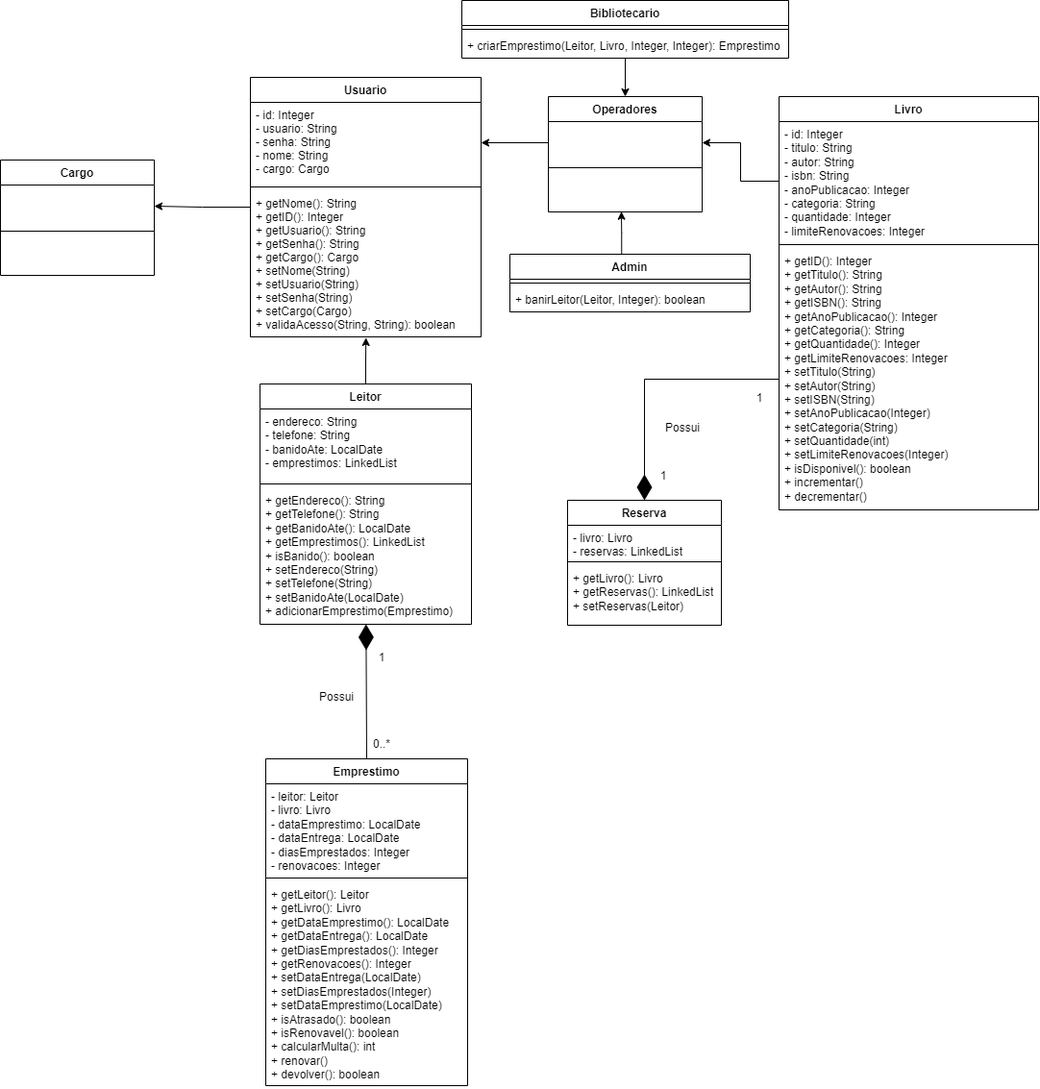
micaelmz/library-management-system keeps this draw.io diagram as doc/DiagramaClasses.png. Above is the earlier version. Source tidied: cells renumbered, new cells last; positions are measured from the earlier drawing's top-left corner, leaving out a move shared by most shapes.
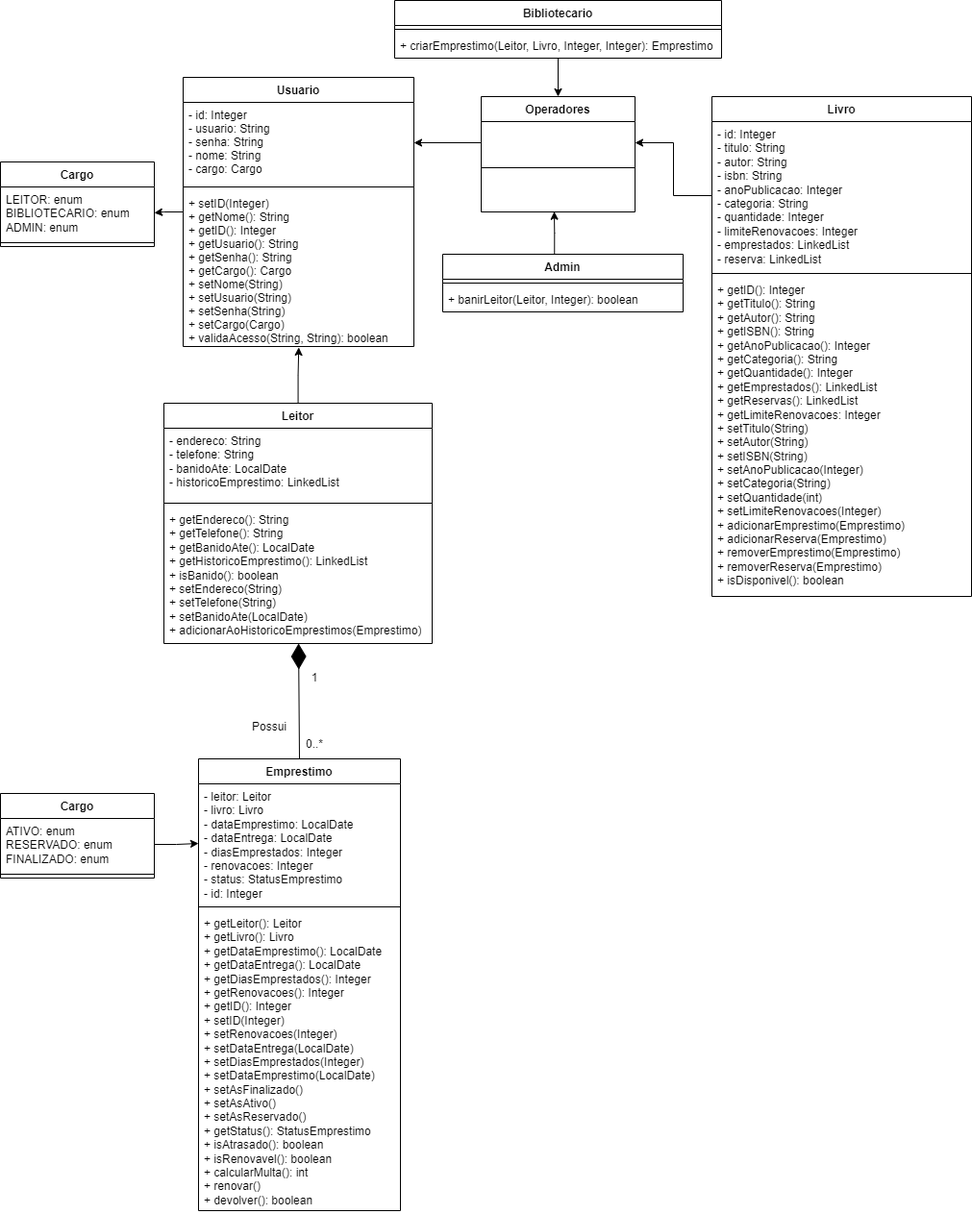
After the change.

Commit message:
📚docs: Atualização no Diagrama de Classes

Change to the diagram source:
```diff
@@ -6,7 +6,7 @@
       <mxGeometry relative="1" as="geometry" />
     </mxCell>
     <mxCell id="3" value="Usuario" style="swimlane;fontStyle=1;align=center;verticalAlign=top;horizontal=1;startSize=26;rounded=0;shadow=0;strokeWidth=1;labelBackgroundColor=none;" parent="1" vertex="1">
-      <mxGeometry x="260" y="80" width="240" height="270" as="geometry" />
+      <mxGeometry x="260" y="80" width="240" height="280" as="geometry" />
     </mxCell>
     <mxCell id="4" value="- id: Integer&#10;- usuario: String&#10;- senha: String&#10;- nome: String&#10;- cargo: Cargo" style="text;align=left;verticalAlign=top;spacingLeft=4;spacingRight=4;overflow=hidden;points=[[0,0.5],[1,0.5]];portConstraint=eastwest;labelBackgroundColor=none;" parent="3" vertex="1">
       <mxGeometry y="26" width="240" height="84" as="geometry" />
@@ -14,23 +14,23 @@
     <mxCell id="5" style="line;html=1;strokeWidth=1;align=left;verticalAlign=middle;spacingTop=-1;spacingLeft=3;spacingRight=3;labelPosition=right;labelBackgroundColor=none;" parent="3" vertex="1">
       <mxGeometry y="110" width="240" height="8" as="geometry" />
     </mxCell>
-    <mxCell id="6" value="+ getNome(): String&#10;+ getID(): Integer&#10;+ getUsuario(): String&#10;+ getSenha(): String&#10;+ getCargo(): Cargo&#10;+ setNome(String)&#10;+ setUsuario(String)&#10;+ setSenha(String)&#10;+ setCargo(Cargo)&#10;+ validaAcesso(String, String): boolean" style="text;align=left;verticalAlign=top;spacingLeft=4;spacingRight=4;overflow=hidden;points=[[0,0.5],[1,0.5]];portConstraint=eastwest;labelBackgroundColor=none;" parent="3" vertex="1">
-      <mxGeometry y="118" width="240" height="152" as="geometry" />
+    <mxCell id="6" value="+ setID(Integer)&#10;+ getNome(): String&#10;+ getID(): Integer&#10;+ getUsuario(): String&#10;+ getSenha(): String&#10;+ getCargo(): Cargo&#10;+ setNome(String)&#10;+ setUsuario(String)&#10;+ setSenha(String)&#10;+ setCargo(Cargo)&#10;+ validaAcesso(String, String): boolean" style="text;align=left;verticalAlign=top;spacingLeft=4;spacingRight=4;overflow=hidden;points=[[0,0.5],[1,0.5]];portConstraint=eastwest;labelBackgroundColor=none;" parent="3" vertex="1">
+      <mxGeometry y="118" width="240" height="162" as="geometry" />
     </mxCell>
     <mxCell id="7" style="edgeStyle=orthogonalEdgeStyle;rounded=0;jettySize=auto;html=1;labelBackgroundColor=none;fontColor=default;entryX=0.501;entryY=1.006;entryDx=0;entryDy=0;entryPerimeter=0;" parent="1" edge="1" source="8" target="6">
       <mxGeometry relative="1" as="geometry" />
     </mxCell>
     <mxCell id="8" value="Leitor" style="swimlane;fontStyle=1;align=center;verticalAlign=top;horizontal=1;startSize=26;whiteSpace=wrap;html=1;labelBackgroundColor=none;" parent="1" vertex="1">
-      <mxGeometry x="270" y="399" width="220" height="250" as="geometry" />
+      <mxGeometry x="240" y="419" width="279" height="250" as="geometry" />
     </mxCell>
-    <mxCell id="9" value="- endereco: String&lt;br&gt;- telefone: String&lt;br&gt;- banidoAte: LocalDate&lt;br&gt;- emprestimos: LinkedList" style="text;strokeColor=none;fillColor=none;align=left;verticalAlign=top;spacingLeft=4;spacingRight=4;overflow=hidden;whiteSpace=wrap;html=1;labelBackgroundColor=none;" parent="8" vertex="1">
-      <mxGeometry y="26" width="220" height="74" as="geometry" />
+    <mxCell id="9" value="- endereco: String&lt;br&gt;- telefone: String&lt;br&gt;- banidoAte: LocalDate&lt;br&gt;- historicoEmprestimo: LinkedList" style="text;strokeColor=none;fillColor=none;align=left;verticalAlign=top;spacingLeft=4;spacingRight=4;overflow=hidden;whiteSpace=wrap;html=1;labelBackgroundColor=none;" parent="8" vertex="1">
+      <mxGeometry y="26" width="279" height="74" as="geometry" />
     </mxCell>
     <mxCell id="10" style="line;strokeWidth=1;fillColor=none;align=left;verticalAlign=middle;spacingTop=-1;spacingLeft=3;spacingRight=3;labelPosition=right;labelBackgroundColor=none;" parent="8" vertex="1">
-      <mxGeometry y="100" width="220" height="8" as="geometry" />
+      <mxGeometry y="100" width="279" height="8" as="geometry" />
     </mxCell>
-    <mxCell id="11" value="+ getEndereco(): String&lt;br style=&quot;border-color: var(--border-color);&quot;&gt;+ getTelefone(): String&lt;br style=&quot;border-color: var(--border-color);&quot;&gt;+ getBanidoAte(): LocalDate&lt;br&gt;+ getEmprestimos(): LinkedList&lt;br&gt;+ isBanido(): boolean&lt;br&gt;+ setEndereco(String)&lt;br&gt;+ setTelefone(String)&lt;br&gt;+ setBanidoAte(LocalDate)&lt;br&gt;+ adicionarEmprestimo(Emprestimo)" style="text;strokeColor=none;fillColor=none;align=left;verticalAlign=top;spacingLeft=4;spacingRight=4;overflow=hidden;points=[[0,0.5],[1,0.5]];portConstraint=eastwest;whiteSpace=wrap;html=1;labelBackgroundColor=none;" parent="8" vertex="1">
-      <mxGeometry y="108" width="220" height="142" as="geometry" />
+    <mxCell id="11" value="+ getEndereco(): String&lt;br style=&quot;border-color: var(--border-color);&quot;&gt;+ getTelefone(): String&lt;br style=&quot;border-color: var(--border-color);&quot;&gt;+ getBanidoAte(): LocalDate&lt;br&gt;+ getHistoricoEmprestimo(): LinkedList&lt;br&gt;+ isBanido(): boolean&lt;br&gt;+ setEndereco(String)&lt;br&gt;+ setTelefone(String)&lt;br&gt;+ setBanidoAte(LocalDate)&lt;br&gt;+ adicionarAoHistoricoEmprestimos(Emprestimo)" style="text;strokeColor=none;fillColor=none;align=left;verticalAlign=top;spacingLeft=4;spacingRight=4;overflow=hidden;points=[[0,0.5],[1,0.5]];portConstraint=eastwest;whiteSpace=wrap;html=1;labelBackgroundColor=none;" parent="8" vertex="1">
+      <mxGeometry y="108" width="279" height="142" as="geometry" />
     </mxCell>
     <mxCell id="12" style="edgeStyle=orthogonalEdgeStyle;rounded=0;jettySize=auto;html=1;entryX=0.5;entryY=0;entryDx=0;entryDy=0;" parent="1" edge="1" source="13" target="34">
       <mxGeometry relative="1" as="geometry" />
@@ -57,50 +57,31 @@
       <mxGeometry y="34" width="250" height="26" as="geometry" />
     </mxCell>
     <mxCell id="20" value="Livro" style="swimlane;fontStyle=1;align=center;verticalAlign=top;horizontal=1;startSize=26;whiteSpace=wrap;html=1;labelBackgroundColor=none;" parent="1" vertex="1">
-      <mxGeometry x="810" y="100" width="270" height="430" as="geometry" />
+      <mxGeometry x="810" y="100" width="270" height="520" as="geometry" />
     </mxCell>
-    <mxCell id="21" value="- id: Integer&lt;br&gt;- titulo: String&lt;br&gt;- autor: String&lt;br&gt;- isbn: String&lt;br&gt;- anoPublicacao: Integer&lt;br&gt;- categoria: String&lt;br&gt;- quantidade: Integer&lt;br&gt;- limiteRenovacoes: Integer&lt;br&gt;" style="text;strokeColor=none;fillColor=none;align=left;verticalAlign=top;spacingLeft=4;spacingRight=4;overflow=hidden;points=[[0,0.5],[1,0.5]];portConstraint=eastwest;whiteSpace=wrap;html=1;labelBackgroundColor=none;" parent="20" vertex="1">
-      <mxGeometry y="26" width="270" height="124" as="geometry" />
+    <mxCell id="21" value="- id: Integer&lt;br&gt;- titulo: String&lt;br&gt;- autor: String&lt;br&gt;- isbn: String&lt;br&gt;- anoPublicacao: Integer&lt;br&gt;- categoria: String&lt;br&gt;- quantidade: Integer&lt;br&gt;- limiteRenovacoes: Integer&lt;br&gt;- emprestados: LinkedList&lt;br&gt;- reserva: LinkedList" style="text;strokeColor=none;fillColor=none;align=left;verticalAlign=top;spacingLeft=4;spacingRight=4;overflow=hidden;points=[[0,0.5],[1,0.5]];portConstraint=eastwest;whiteSpace=wrap;html=1;labelBackgroundColor=none;" parent="20" vertex="1">
+      <mxGeometry y="26" width="270" height="154" as="geometry" />
     </mxCell>
     <mxCell id="22" style="line;strokeWidth=1;fillColor=none;align=left;verticalAlign=middle;spacingTop=-1;spacingLeft=3;spacingRight=3;labelPosition=right;labelBackgroundColor=none;" parent="20" vertex="1">
-      <mxGeometry y="150" width="270" height="8" as="geometry" />
+      <mxGeometry y="180" width="270" height="8" as="geometry" />
     </mxCell>
-    <mxCell id="23" value="+ getID(): Integer&lt;br&gt;+ getTitulo(): String&lt;br&gt;+ getAutor(): String&lt;br&gt;+ getISBN(): String&lt;br&gt;+ getAnoPublicacao(): Integer&lt;br&gt;+ getCategoria(): String&lt;br&gt;+ getQuantidade(): Integer&lt;br&gt;+ getLimiteRenovacoes: Integer&lt;br&gt;+ setTitulo(String)&lt;br&gt;+ setAutor(String)&lt;br&gt;+ setISBN(String)&lt;br&gt;+ setAnoPublicacao(Integer)&lt;br&gt;+ setCategoria(String)&lt;br&gt;+ setQuantidade(int)&lt;br&gt;+ setLimiteRenovacoes(Integer)&lt;br&gt;+ isDisponivel(): boolean&lt;br&gt;+ incrementar()&lt;br&gt;+ decrementar()" style="text;strokeColor=none;fillColor=none;align=left;verticalAlign=top;spacingLeft=4;spacingRight=4;overflow=hidden;points=[[0,0.5],[1,0.5]];portConstraint=eastwest;whiteSpace=wrap;html=1;labelBackgroundColor=none;" parent="20" vertex="1">
-      <mxGeometry y="158" width="270" height="272" as="geometry" />
+    <mxCell id="23" value="+ getID(): Integer&lt;br&gt;+ getTitulo(): String&lt;br&gt;+ getAutor(): String&lt;br&gt;+ getISBN(): String&lt;br&gt;+ getAnoPublicacao(): Integer&lt;br&gt;+ getCategoria(): String&lt;br&gt;+ getQuantidade(): Integer&lt;br&gt;+ getEmprestados(): LinkedList&lt;br&gt;+ getReservas(): LinkedList&lt;br&gt;+ getLimiteRenovacoes: Integer&lt;br&gt;+ setTitulo(String)&lt;br&gt;+ setAutor(String)&lt;br&gt;+ setISBN(String)&lt;br&gt;+ setAnoPublicacao(Integer)&lt;br&gt;+ setCategoria(String)&lt;br&gt;+ setQuantidade(int)&lt;br&gt;+ setLimiteRenovacoes(Integer)&lt;br&gt;+ adicionarEmprestimo(Emprestimo)&lt;br&gt;+ adicionarReserva(Emprestimo)&lt;br&gt;+ removerEmprestimo(Emprestimo)&lt;br&gt;+ removerReserva(Emprestimo)&lt;br&gt;+ isDisponivel(): boolean" style="text;strokeColor=none;fillColor=none;align=left;verticalAlign=top;spacingLeft=4;spacingRight=4;overflow=hidden;points=[[0,0.5],[1,0.5]];portConstraint=eastwest;whiteSpace=wrap;html=1;labelBackgroundColor=none;" parent="20" vertex="1">
+      <mxGeometry y="188" width="270" height="332" as="geometry" />
     </mxCell>
     <mxCell id="24" style="endArrow=diamondThin;endFill=1;endSize=24;html=1;rounded=0;exitX=0.5;exitY=0;exitDx=0;exitDy=0;labelBackgroundColor=none;fontColor=default;" parent="1" edge="1" source="30" target="11">
       <mxGeometry relative="1" as="geometry" />
     </mxCell>
-    <mxCell id="25" value="Reserva" style="swimlane;fontStyle=1;align=center;verticalAlign=top;horizontal=1;startSize=26;whiteSpace=wrap;html=1;labelBackgroundColor=none;" parent="1" vertex="1">
-      <mxGeometry x="590" y="520" width="160" height="130" as="geometry" />
-    </mxCell>
-    <mxCell id="26" value="- livro: Livro&lt;br&gt;- reservas: LinkedList" style="text;strokeColor=none;fillColor=none;align=left;verticalAlign=top;spacingLeft=4;spacingRight=4;overflow=hidden;whiteSpace=wrap;html=1;labelBackgroundColor=none;" parent="25" vertex="1">
-      <mxGeometry y="26" width="160" height="34" as="geometry" />
-    </mxCell>
-    <mxCell id="27" style="line;strokeWidth=1;fillColor=none;align=left;verticalAlign=middle;spacingTop=-1;spacingLeft=3;spacingRight=3;labelPosition=right;labelBackgroundColor=none;" parent="25" vertex="1">
-      <mxGeometry y="60" width="160" height="8" as="geometry" />
-    </mxCell>
-    <mxCell id="28" value="+ getLivro(): Livro&lt;br&gt;+ getReservas(): LinkedList&lt;br&gt;+ setReservas(Leitor)" style="text;strokeColor=none;fillColor=none;align=left;verticalAlign=top;spacingLeft=4;spacingRight=4;overflow=hidden;whiteSpace=wrap;html=1;labelBackgroundColor=none;" parent="25" vertex="1">
-      <mxGeometry y="68" width="160" height="62" as="geometry" />
-    </mxCell>
-    <mxCell id="29" style="endArrow=diamondThin;endFill=1;endSize=24;html=1;rounded=0;entryX=0.5;entryY=0;entryDx=0;entryDy=0;labelBackgroundColor=none;fontColor=default;exitX=0;exitY=0.5;exitDx=0;exitDy=0;" parent="1" edge="1" source="23" target="25">
-      <mxGeometry relative="1" as="geometry">
-        <Array as="points">
-          <mxPoint x="670" y="394" />
-        </Array>
-      </mxGeometry>
-    </mxCell>
     <mxCell id="30" value="Emprestimo" style="swimlane;fontStyle=1;align=center;verticalAlign=top;horizontal=1;startSize=26;whiteSpace=wrap;html=1;labelBackgroundColor=none;" parent="1" vertex="1">
-      <mxGeometry x="276" y="789" width="210" height="340" as="geometry" />
+      <mxGeometry x="276" y="789" width="210" height="470" as="geometry" />
     </mxCell>
-    <mxCell id="31" value="- leitor: Leitor&lt;br&gt;- livro: Livro&lt;br&gt;- dataEmprestimo: LocalDate&lt;br&gt;- dataEntrega: LocalDate&lt;br&gt;- diasEmprestados: Integer&lt;br&gt;- renovacoes: Integer&lt;br&gt;" style="text;strokeColor=none;fillColor=none;align=left;verticalAlign=top;spacingLeft=4;spacingRight=4;overflow=hidden;points=[[0,0.5],[1,0.5]];portConstraint=eastwest;whiteSpace=wrap;html=1;labelBackgroundColor=none;" parent="30" vertex="1">
-      <mxGeometry y="26" width="210" height="94" as="geometry" />
+    <mxCell id="31" value="- leitor: Leitor&lt;br&gt;- livro: Livro&lt;br&gt;- dataEmprestimo: LocalDate&lt;br&gt;- dataEntrega: LocalDate&lt;br&gt;- diasEmprestados: Integer&lt;br&gt;- renovacoes: Integer&lt;br&gt;- status: StatusEmprestimo&lt;br&gt;- id: Integer" style="text;strokeColor=none;fillColor=none;align=left;verticalAlign=top;spacingLeft=4;spacingRight=4;overflow=hidden;points=[[0,0.5],[1,0.5]];portConstraint=eastwest;whiteSpace=wrap;html=1;labelBackgroundColor=none;" parent="30" vertex="1">
+      <mxGeometry y="26" width="210" height="124" as="geometry" />
     </mxCell>
     <mxCell id="32" style="line;strokeWidth=1;fillColor=none;align=left;verticalAlign=middle;spacingTop=-1;spacingLeft=3;spacingRight=3;labelPosition=right;labelBackgroundColor=none;" parent="30" vertex="1">
-      <mxGeometry y="120" width="210" height="8" as="geometry" />
+      <mxGeometry y="150" width="210" height="8" as="geometry" />
     </mxCell>
-    <mxCell id="33" value="+ getLeitor(): Leitor&lt;br&gt;+ getLivro(): Livro&lt;br&gt;+ getDataEmprestimo(): LocalDate&lt;br&gt;+ getDataEntrega(): LocalDate&lt;br&gt;+ getDiasEmprestados(): Integer&lt;br style=&quot;border-color: var(--border-color);&quot;&gt;+ getRenovacoes(): Integer&lt;br&gt;+ setDataEntrega(LocalDate)&lt;br&gt;+ setDiasEmprestados(Integer)&lt;br&gt;+ setDataEmprestimo(LocalDate)&lt;br&gt;+ isAtrasado(): boolean&lt;br&gt;+ isRenovavel(): boolean&lt;br&gt;+ calcularMulta(): int&lt;br&gt;+ renovar()&lt;br&gt;+ devolver(): boolean" style="text;strokeColor=none;fillColor=none;align=left;verticalAlign=top;spacingLeft=4;spacingRight=4;overflow=hidden;whiteSpace=wrap;html=1;labelBackgroundColor=none;" parent="30" vertex="1">
-      <mxGeometry y="128" width="210" height="212" as="geometry" />
+    <mxCell id="33" value="+ getLeitor(): Leitor&lt;br&gt;+ getLivro(): Livro&lt;br&gt;+ getDataEmprestimo(): LocalDate&lt;br&gt;+ getDataEntrega(): LocalDate&lt;br&gt;+ getDiasEmprestados(): Integer&lt;br style=&quot;border-color: var(--border-color);&quot;&gt;+ getRenovacoes(): Integer&lt;br&gt;+ getID(): Integer&lt;br&gt;+ setID(Integer)&lt;br&gt;+ setRenovacoes(Integer)&lt;br&gt;+ setDataEntrega(LocalDate)&lt;br&gt;+ setDiasEmprestados(Integer)&lt;br&gt;+ setDataEmprestimo(LocalDate)&lt;br&gt;+ setAsFinalizado()&lt;br&gt;+ setAsAtivo()&lt;br&gt;+ setAsReservado()&lt;br&gt;+ getStatus(): StatusEmprestimo&lt;br&gt;+ isAtrasado(): boolean&lt;br&gt;+ isRenovavel(): boolean&lt;br&gt;+ calcularMulta(): int&lt;br&gt;+ renovar()&lt;br&gt;+ devolver(): boolean" style="text;strokeColor=none;fillColor=none;align=left;verticalAlign=top;spacingLeft=4;spacingRight=4;overflow=hidden;whiteSpace=wrap;html=1;labelBackgroundColor=none;" parent="30" vertex="1">
+      <mxGeometry y="158" width="210" height="312" as="geometry" />
     </mxCell>
     <mxCell id="34" value="Operadores" style="swimlane;fontStyle=1;align=center;verticalAlign=top;horizontal=1;startSize=26;whiteSpace=wrap;html=1;labelBackgroundColor=none;" parent="1" vertex="1">
       <mxGeometry x="570" y="100" width="160" height="120" as="geometry" />
@@ -121,34 +102,34 @@
       <mxGeometry x="367" y="759" width="60" height="30" as="geometry" />
     </mxCell>
     <mxCell id="40" value="1" style="text;html=1;strokeColor=none;fillColor=none;align=center;verticalAlign=middle;whiteSpace=wrap;rounded=0;" parent="1" vertex="1">
-      <mxGeometry x="367" y="669" width="60" height="30" as="geometry" />
+      <mxGeometry x="367" y="690" width="60" height="30" as="geometry" />
     </mxCell>
     <mxCell id="41" value="Possui" style="text;html=1;strokeColor=none;fillColor=none;align=center;verticalAlign=middle;whiteSpace=wrap;rounded=0;" parent="1" vertex="1">
-      <mxGeometry x="320" y="710" width="60" height="30" as="geometry" />
+      <mxGeometry x="320" y="741" width="60" height="30" as="geometry" />
     </mxCell>
-    <mxCell id="42" value="1" style="text;html=1;strokeColor=none;fillColor=none;align=center;verticalAlign=middle;whiteSpace=wrap;rounded=0;" parent="1" vertex="1">
-      <mxGeometry x="660" y="480" width="60" height="30" as="geometry" />
-    </mxCell>
-    <mxCell id="43" value="Possui" style="text;html=1;strokeColor=none;fillColor=none;align=center;verticalAlign=middle;whiteSpace=wrap;rounded=0;" parent="1" vertex="1">
-      <mxGeometry x="680" y="430" width="60" height="30" as="geometry" />
-    </mxCell>
-    <mxCell id="44" value="1" style="text;html=1;strokeColor=none;fillColor=none;align=center;verticalAlign=middle;whiteSpace=wrap;rounded=0;" parent="1" vertex="1">
-      <mxGeometry x="760" y="399" width="60" height="30" as="geometry" />
-    </mxCell>
     <mxCell id="45" value="Cargo" style="swimlane;fontStyle=1;align=center;verticalAlign=top;horizontal=1;startSize=26;whiteSpace=wrap;html=1;labelBackgroundColor=none;" parent="1" vertex="1">
-      <mxGeometry y="166" width="160" height="120" as="geometry" />
+      <mxGeometry x="70" y="168" width="160" height="88" as="geometry" />
     </mxCell>
-    <mxCell id="46" value="&lt;br&gt;" style="text;strokeColor=none;fillColor=none;align=left;verticalAlign=top;spacingLeft=4;spacingRight=4;overflow=hidden;points=[[0,0.5],[1,0.5]];portConstraint=eastwest;whiteSpace=wrap;html=1;labelBackgroundColor=none;" parent="45" vertex="1">
-      <mxGeometry y="26" width="160" height="44" as="geometry" />
+    <mxCell id="46" value="LEITOR: enum&lt;br&gt;BIBLIOTECARIO: enum&lt;br&gt;ADMIN: enum" style="text;strokeColor=none;fillColor=none;align=left;verticalAlign=top;spacingLeft=4;spacingRight=4;overflow=hidden;points=[[0,0.5],[1,0.5]];portConstraint=eastwest;whiteSpace=wrap;html=1;labelBackgroundColor=none;" parent="45" vertex="1">
+      <mxGeometry y="26" width="160" height="54" as="geometry" />
     </mxCell>
     <mxCell id="47" style="line;strokeWidth=1;fillColor=none;align=left;verticalAlign=middle;spacingTop=-1;spacingLeft=3;spacingRight=3;labelPosition=right;labelBackgroundColor=none;" parent="45" vertex="1">
-      <mxGeometry y="70" width="160" height="8" as="geometry" />
+      <mxGeometry y="80" width="160" height="8" as="geometry" />
     </mxCell>
-    <mxCell id="48" value="&lt;br&gt;" style="text;strokeColor=none;fillColor=none;align=left;verticalAlign=top;spacingLeft=4;spacingRight=4;overflow=hidden;whiteSpace=wrap;html=1;labelBackgroundColor=none;" parent="45" vertex="1">
-      <mxGeometry y="78" width="160" height="42" as="geometry" />
-    </mxCell>
     <mxCell id="49" style="edgeStyle=orthogonalEdgeStyle;rounded=0;jettySize=auto;html=1;entryX=1;entryY=0.5;entryDx=0;entryDy=0;" parent="1" edge="1" source="21" target="35">
       <mxGeometry relative="1" as="geometry" />
     </mxCell>
+    <mxCell id="50" value="Cargo" style="swimlane;fontStyle=1;align=center;verticalAlign=top;horizontal=1;startSize=26;whiteSpace=wrap;html=1;labelBackgroundColor=none;" parent="1" vertex="1">
+      <mxGeometry x="70" y="825" width="160" height="88" as="geometry" />
+    </mxCell>
+    <mxCell id="51" value="ATIVO: enum&lt;br&gt;RESERVADO: enum&lt;br&gt;FINALIZADO: enum" style="text;strokeColor=none;fillColor=none;align=left;verticalAlign=top;spacingLeft=4;spacingRight=4;overflow=hidden;points=[[0,0.5],[1,0.5]];portConstraint=eastwest;whiteSpace=wrap;html=1;labelBackgroundColor=none;" parent="50" vertex="1">
+      <mxGeometry y="26" width="160" height="54" as="geometry" />
+    </mxCell>
+    <mxCell id="52" style="line;strokeWidth=1;fillColor=none;align=left;verticalAlign=middle;spacingTop=-1;spacingLeft=3;spacingRight=3;labelPosition=right;labelBackgroundColor=none;" parent="50" vertex="1">
+      <mxGeometry y="80" width="160" height="8" as="geometry" />
+    </mxCell>
+    <mxCell id="53" style="edgeStyle=orthogonalEdgeStyle;rounded=0;jettySize=auto;html=1;entryX=0;entryY=0.5;entryDx=0;entryDy=0;" parent="1" edge="1" source="51" target="31">
+      <mxGeometry relative="1" as="geometry" />
+    </mxCell>
   </root>
 </mxGraphModel>
```
